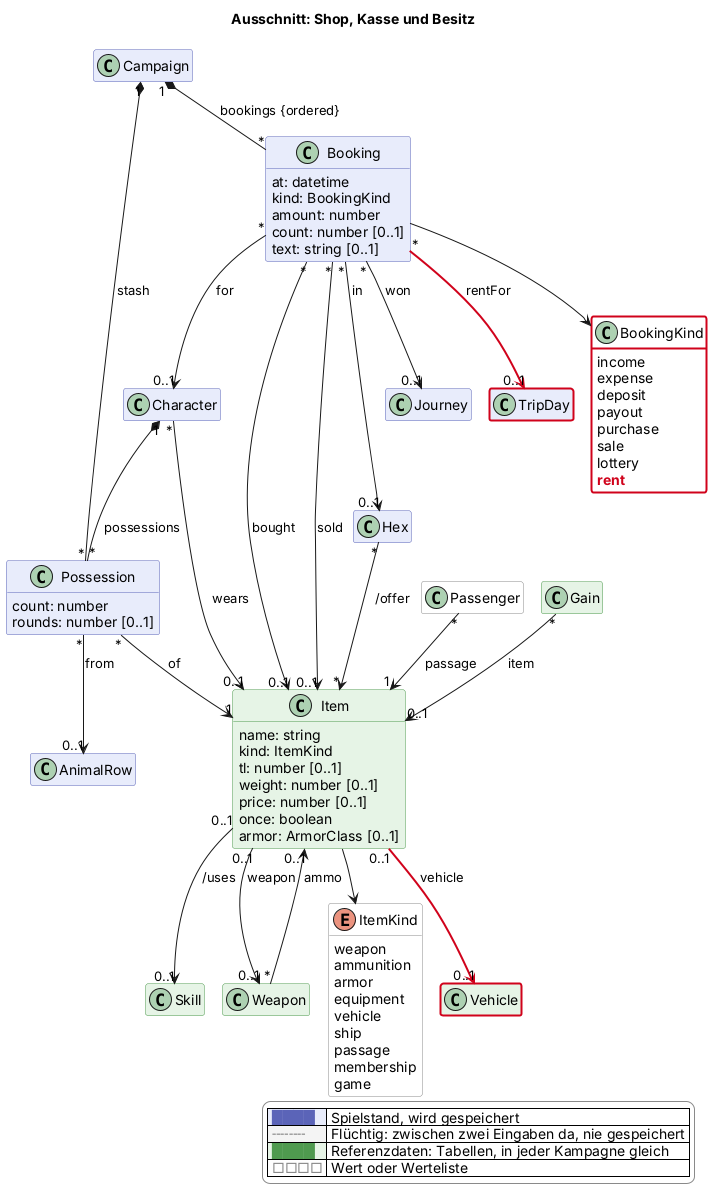
scuzzar/SRE keeps this PlantUML diagram as docs/views/shop.png. Above is the earlier version.
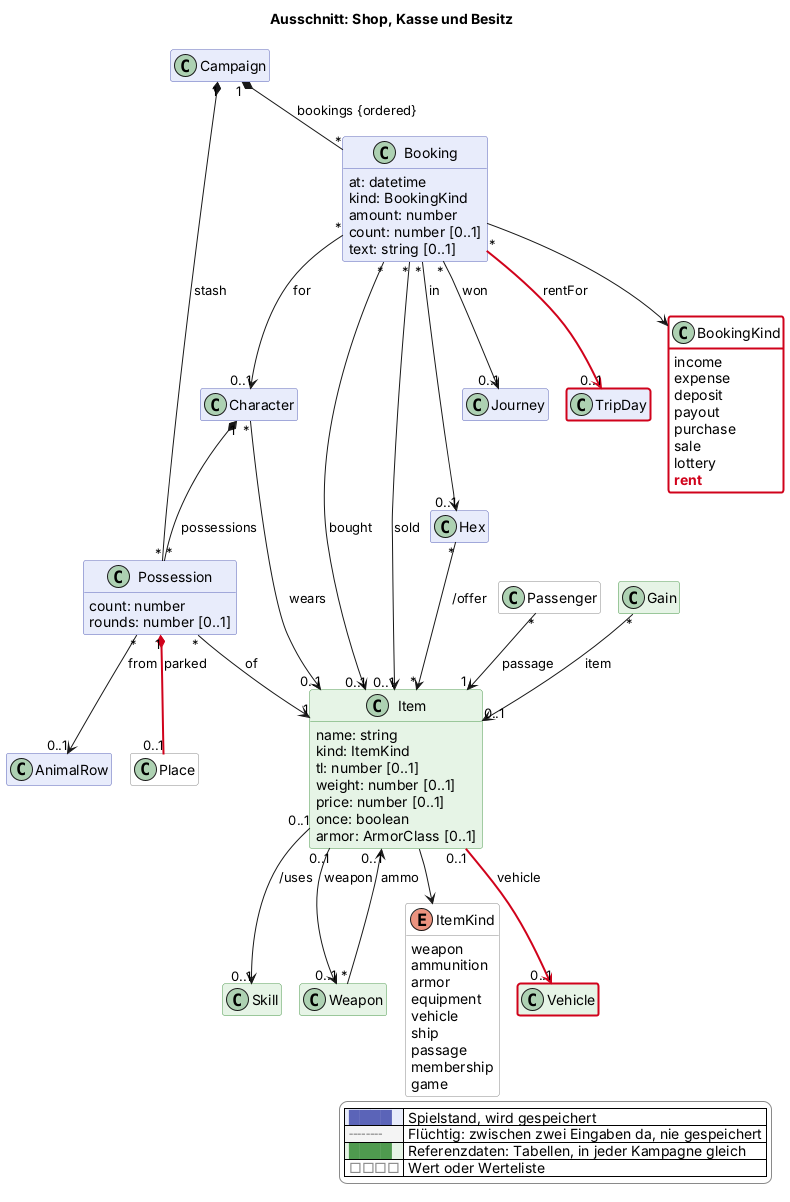
Later version of the same file.

What changed in the source:
```diff
@@ -122,6 +122,7 @@
     membership
     game
   }
+  class Place <<value>> $oberflaeche
   class Vehicle <<reference>> $logistik $newClass("2026-11-15")
   class TripDay $logistik $newClass("2026-11-15")
 
@@ -140,6 +141,7 @@
 
 Item "0..1" -$newArrow("2026-11-15")-> "0..1" Vehicle : vehicle
 Booking "*" -$newArrow("2026-11-15")-> "0..1" TripDay : rentFor
+Possession "1" *-$newArrow("2026-11-15")- "0..1" Place : parked
 
 Character "1" *-- "*" Possession : possessions
 Campaign "1" *-- "*" Possession : stash
```
